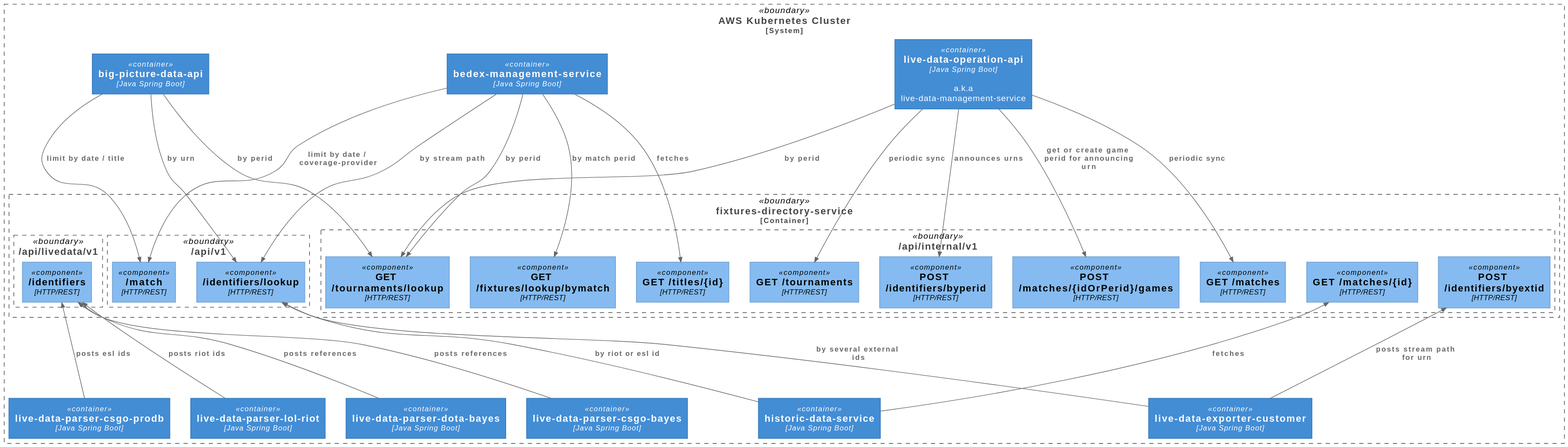
frederik-bayes/architecture keeps this PlantUML diagram as out/fixtures-directory-endpoints/C4_Elements.svg. Above is the earlier version. The source it was exported from:
```plantuml
@startuml C4_Elements
!include https://raw.githubusercontent.com/plantuml-stdlib/C4-PlantUML/master/C4_Container.puml
!include https://raw.githubusercontent.com/plantuml-stdlib/C4-PlantUML/master/C4_Component.puml

LAYOUT_TOP_DOWN()

System_Boundary(aws, "AWS Kubernetes Cluster") {
    Container_Boundary(fds, "fixtures-directory-service") {
        Boundary(ld_api, "/api/livedata/v1") {
            Component(fd_livedata_api_identifiers, "/identifiers", "HTTP/REST")
        }
        Boundary(internal_api, "/api/internal/v1") {
            Component(fd_internal_api_matches, "GET /matches", "HTTP/REST")
            Component(fd_internal_api_match_by_id, "GET /matches/{id}", "HTTP/REST")
            Component(fd_internal_api_tournaments, "GET /tournaments", "HTTP/REST")
            Component(fd_internal_api_id_byperid, "POST /identifiers/byperid", "HTTP/REST")
            Component(fd_internal_api_id_byextid, "POST /identifiers/byextid", "HTTP/REST")
            Component(fd_internal_api_tournaments_lu, "GET /tournaments/lookup", "HTTP/REST")
            Component(fd_internal_api_post_game, "POST /matches/{idOrPerid}/games", "HTTP/REST")
            Component(fd_internal_api_fixtures_lookup_match, "GET /fixtures/lookup/bymatch", "HTTP/REST")
            Component(fd_internal_api_titles_by_id, "GET /titles/{id}", "HTTP/REST")
        }
        Boundary(public_api, "/api/v1") {
            Component(fd_public_api_identifiers_lu, "/identifiers/lookup", "HTTP/REST")
            Component(fd_public_api_match, "/match", "HTTP/REST")
        }
    }
    Container(ldo_api, "live-data-operation-api", "Java Spring Boot", "a.k.a live-data-management-service")
    Container(ld_parser_csgo_prodb, "live-data-parser-csgo-prodb", "Java Spring Boot")
    Container(ld_parser_lol_riot, "live-data-parser-lol-riot", "Java Spring Boot")
    Container(ld_parser_dota_bayes, "live-data-parser-dota-bayes", "Java Spring Boot")
    Container(ld_parser_csgo_bayes, "live-data-parser-csgo-bayes", "Java Spring Boot")
    Container(ld_exporter_customer, "live-data-exporter-customer", "Java Spring Boot")
    Container(historic_data_service, "historic-data-service", "Java Spring Boot")
    Container(bp_api, "big-picture-data-api", "Java Spring Boot")
    Container(bdx_mgmt_service, "bedex-management-service", "Java Spring Boot")

    Rel(ldo_api, fd_internal_api_matches, "periodic sync")
    Rel(ldo_api, fd_internal_api_tournaments, "periodic sync")
    Rel(ldo_api, fd_internal_api_id_byperid, "announces urns")
    Rel(ldo_api, fd_internal_api_tournaments_lu, "by perid")
    Rel(ldo_api, fd_internal_api_post_game, "get or create game perid for announcing urn")
    Rel(bdx_mgmt_service, fd_public_api_identifiers_lu, "by stream path")
    Rel(bdx_mgmt_service, fd_internal_api_tournaments_lu, "by perid")
    Rel(bdx_mgmt_service, fd_internal_api_fixtures_lookup_match, "by match perid")
    Rel(bdx_mgmt_service, fd_internal_api_titles_by_id, "fetches")
    Rel(bdx_mgmt_service, fd_public_api_match, "limit by date / coverage-provider")
    Rel(bp_api, fd_public_api_identifiers_lu, "by urn")
    Rel(bp_api, fd_internal_api_tournaments_lu, "by perid")
    Rel(bp_api, fd_public_api_match, "limit by date / title")
    Rel_U(ld_parser_csgo_prodb, fd_livedata_api_identifiers, "posts esl ids")
    Rel_U(ld_parser_lol_riot, fd_livedata_api_identifiers, "posts riot ids")
    Rel_U(ld_parser_dota_bayes, fd_livedata_api_identifiers, "posts references")
    Rel_U(ld_parser_csgo_bayes, fd_livedata_api_identifiers, "posts references")
    Rel_U(ld_exporter_customer, fd_internal_api_id_byextid, "posts stream path for urn")
    Rel_U(ld_exporter_customer, fd_public_api_identifiers_lu, "by several external ids")
    Rel_U(historic_data_service, fd_public_api_identifiers_lu, "by riot or esl id")
    Rel_U(historic_data_service, fd_internal_api_match_by_id, "fetches")
}

@enduml
```
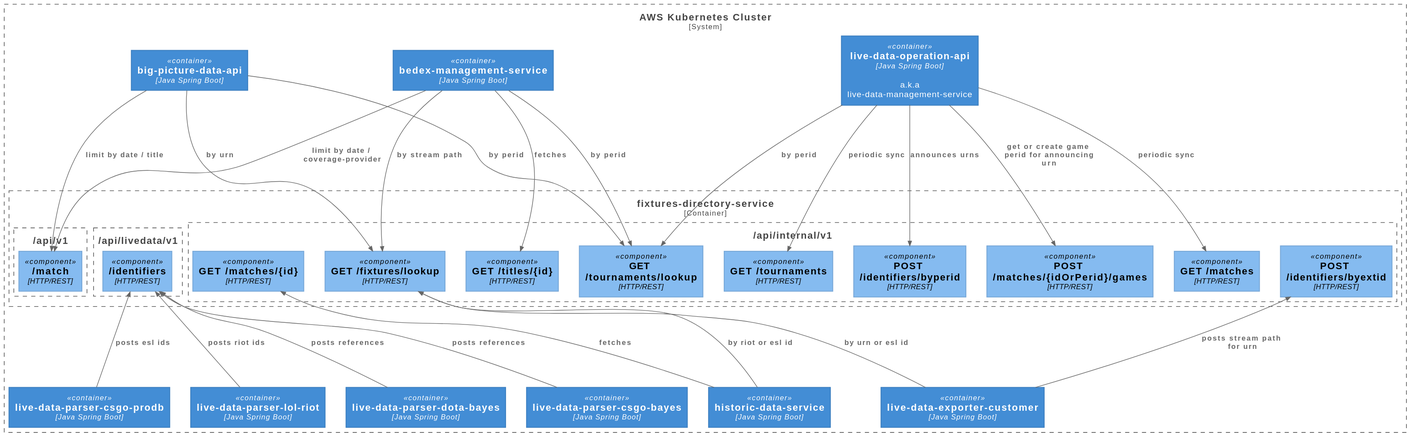
The same diagram one commit later.

Commit message:
added changes to fd endpoint usages

Diff of the diagram source:
```diff
@@ -17,11 +17,10 @@
             Component(fd_internal_api_id_byextid, "POST /identifiers/byextid", "HTTP/REST")
             Component(fd_internal_api_tournaments_lu, "GET /tournaments/lookup", "HTTP/REST")
             Component(fd_internal_api_post_game, "POST /matches/{idOrPerid}/games", "HTTP/REST")
-            Component(fd_internal_api_fixtures_lookup_match, "GET /fixtures/lookup/bymatch", "HTTP/REST")
             Component(fd_internal_api_titles_by_id, "GET /titles/{id}", "HTTP/REST")
+            Component(fd_internal_api_fixtures_lookup, "GET /fixtures/lookup", "HTTP/REST")
         }
         Boundary(public_api, "/api/v1") {
-            Component(fd_public_api_identifiers_lu, "/identifiers/lookup", "HTTP/REST")
             Component(fd_public_api_match, "/match", "HTTP/REST")
         }
     }
@@ -40,12 +39,11 @@
     Rel(ldo_api, fd_internal_api_id_byperid, "announces urns")
     Rel(ldo_api, fd_internal_api_tournaments_lu, "by perid")
     Rel(ldo_api, fd_internal_api_post_game, "get or create game perid for announcing urn")
-    Rel(bdx_mgmt_service, fd_public_api_identifiers_lu, "by stream path")
+    Rel(bdx_mgmt_service, fd_internal_api_fixtures_lookup, "by stream path")
     Rel(bdx_mgmt_service, fd_internal_api_tournaments_lu, "by perid")
-    Rel(bdx_mgmt_service, fd_internal_api_fixtures_lookup_match, "by match perid")
     Rel(bdx_mgmt_service, fd_internal_api_titles_by_id, "fetches")
     Rel(bdx_mgmt_service, fd_public_api_match, "limit by date / coverage-provider")
-    Rel(bp_api, fd_public_api_identifiers_lu, "by urn")
+    Rel(bp_api, fd_internal_api_fixtures_lookup, "by urn")
     Rel(bp_api, fd_internal_api_tournaments_lu, "by perid")
     Rel(bp_api, fd_public_api_match, "limit by date / title")
     Rel_U(ld_parser_csgo_prodb, fd_livedata_api_identifiers, "posts esl ids")
@@ -53,8 +51,8 @@
     Rel_U(ld_parser_dota_bayes, fd_livedata_api_identifiers, "posts references")
     Rel_U(ld_parser_csgo_bayes, fd_livedata_api_identifiers, "posts references")
     Rel_U(ld_exporter_customer, fd_internal_api_id_byextid, "posts stream path for urn")
-    Rel_U(ld_exporter_customer, fd_public_api_identifiers_lu, "by several external ids")
-    Rel_U(historic_data_service, fd_public_api_identifiers_lu, "by riot or esl id")
+    Rel_U(ld_exporter_customer, fd_internal_api_fixtures_lookup, "by urn or esl id")
+    Rel_U(historic_data_service, fd_internal_api_fixtures_lookup, "by riot or esl id")
     Rel_U(historic_data_service, fd_internal_api_match_by_id, "fetches")
 }
 
```
